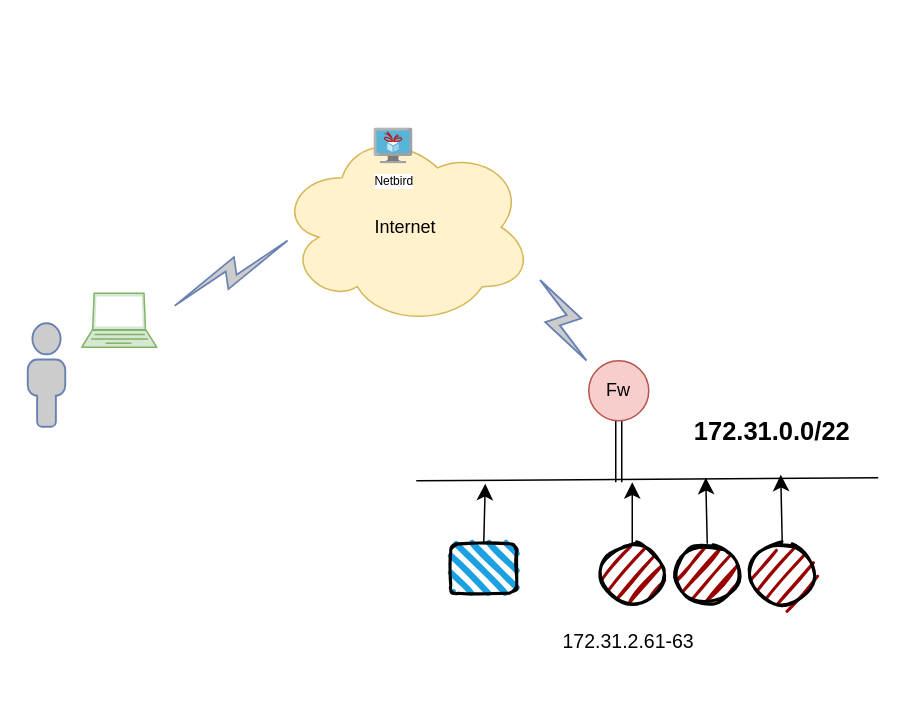
Earlier version of the draw.io diagram netbird01.drawio (itrmutt/Note_for_20220507). Source tidied: cells renumbered, new cells numbered last; positions are measured from the earlier drawing's top-left corner, leaving out a move shared by most shapes. Both pictures are drawn from the tidied source at 150%, with x=0, y=0 at pixel (27, 128).
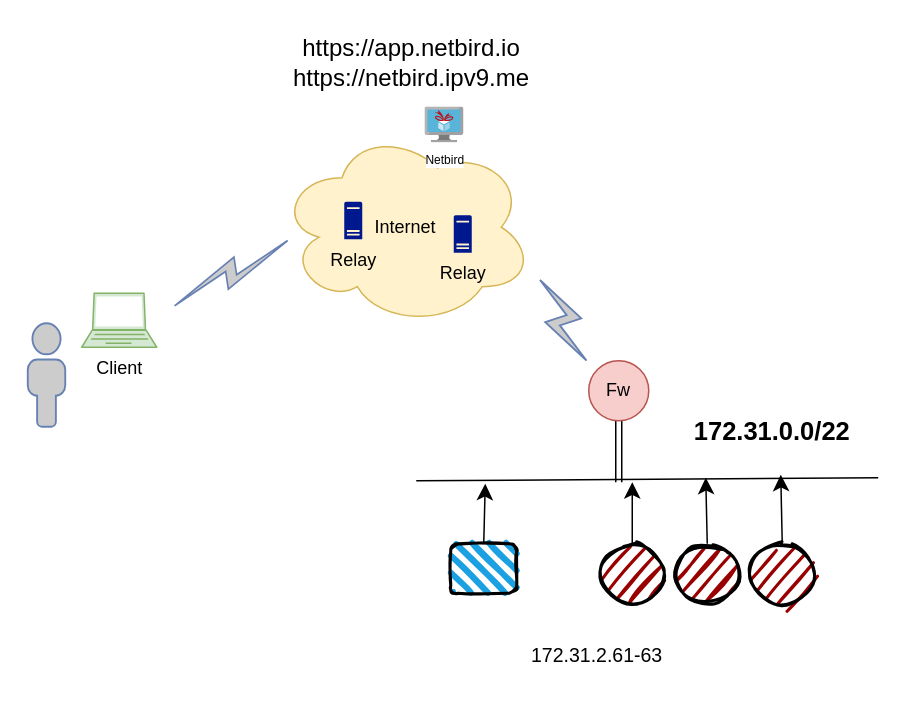
After the change.

What changed in the source:
```diff
@@
     <mxCell id="14" value="Netbird" style="image;sketch=0;html=1;align=center;fontSize=8;image=img/lib/mscae/Free_Services.svg;" parent="1" vertex="1">
-      <mxGeometry x="231" width="26" height="23.9" as="geometry" />
+      <mxGeometry x="265" y="-14" width="26" height="23.9" as="geometry" />
     </mxCell>
-    <mxCell id="15" style="verticalAlign=top;verticalLabelPosition=bottom;labelPosition=center;align=center;html=1;fillColor=#d5e8d4;strokeColor=#82b366;gradientDirection=north;strokeWidth=2;shape=mxgraph.networks.laptop;" parent="1" vertex="1">
+    <mxCell id="15" value="Client" style="verticalAlign=top;verticalLabelPosition=bottom;labelPosition=center;align=center;html=1;fillColor=#d5e8d4;strokeColor=#82b366;gradientDirection=north;strokeWidth=2;shape=mxgraph.networks.laptop;" parent="1" vertex="1">
       <mxGeometry x="36" y="110" width="50" height="36" as="geometry" />
     </mxCell>
@@
     <mxCell id="18" value="&lt;span style=&quot;caret-color: rgb(0, 0, 0); color: rgb(0, 0, 0); font-family: helvetica, arial, verdana, sans-serif; font-size: 13px; font-style: normal; font-variant-caps: normal; font-weight: 300; letter-spacing: normal; orphans: auto; text-align: right; text-indent: 0px; text-transform: none; white-space: normal; widows: auto; word-spacing: 0px; -webkit-text-stroke-width: 0px; background-color: rgb(255, 255, 255); text-decoration: none; display: inline !important; float: none;&quot;&gt;172.31.2.61-63&lt;/span&gt;" style="text;whiteSpace=wrap;html=1;" parent="1" vertex="1">
-      <mxGeometry x="354.5" y="328" width="97" height="38" as="geometry" />
+      <mxGeometry x="334" y="337" width="97" height="38" as="geometry" />
     </mxCell>
@@
+    <mxCell id="21" value="https://app.netbird.io&lt;div&gt;https://netbird.ipv9.me&lt;/div&gt;" style="text;html=1;align=center;verticalAlign=middle;whiteSpace=wrap;rounded=0;fontSize=16;" parent="1" vertex="1">
+      <mxGeometry x="132" y="-68" width="248" height="48" as="geometry" />
+    </mxCell>
+    <mxCell id="22" value="Relay" style="sketch=0;shadow=0;dashed=0;html=1;strokeColor=none;labelPosition=center;verticalLabelPosition=bottom;verticalAlign=top;align=center;fillColor=#00188D;shape=mxgraph.mscae.enterprise.server_generic;" parent="1" vertex="1">
+      <mxGeometry x="211" y="49" width="12" height="25" as="geometry" />
+    </mxCell>
+    <mxCell id="23" value="Relay" style="sketch=0;shadow=0;dashed=0;html=1;strokeColor=none;labelPosition=center;verticalLabelPosition=bottom;verticalAlign=top;align=center;fillColor=#00188D;shape=mxgraph.mscae.enterprise.server_generic;" parent="1" vertex="1">
+      <mxGeometry x="284" y="58" width="12" height="25" as="geometry" />
+    </mxCell>
```
